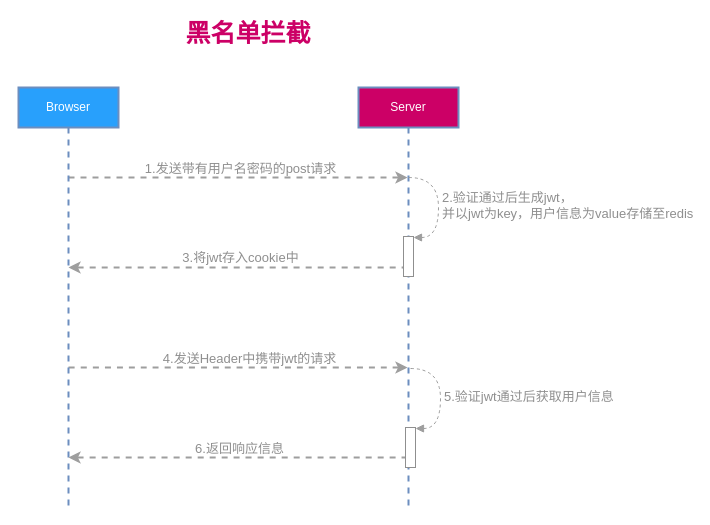
The draw.io diagram 黑名单示意图.drawio in ammengke/my-drawio, before the edit. Source tidied: cells renumbered, new cells numbered last; positions are measured from the earlier drawing's top-left corner, leaving out a move shared by most shapes. Both pictures are drawn from the tidied source at 100%, with x=0, y=0 at pixel (18, 17).
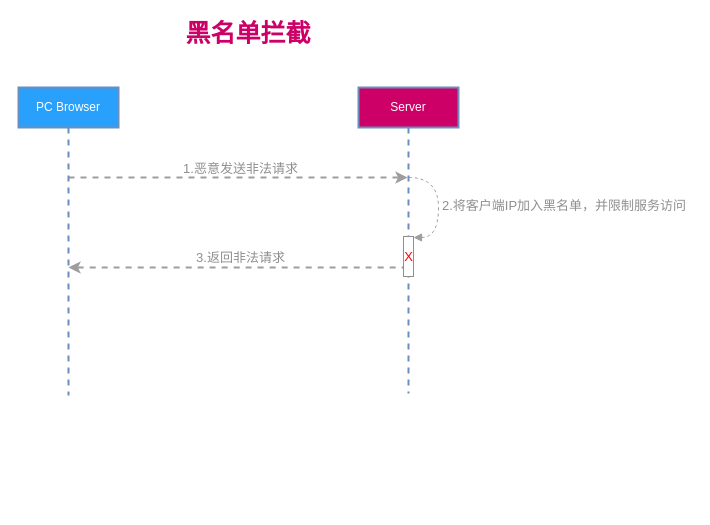
The same page after the edit.

Commit message:
更新黑名单示意图.drawio

Unchanged cells that the change refers to:
```xml
<mxCell id="2" style="edgeStyle=orthogonalEdgeStyle;rounded=0;jettySize=auto;html=1;fontSize=25;fontColor=#CC0066;dashed=1;strokeColor=#9E9E9E;strokeWidth=2;" parent="1" edge="1" source="6" target="11">
  <mxGeometry relative="1" as="geometry">
    <Array as="points">
      <mxPoint x="220" y="160" />
      <mxPoint x="220" y="160" />
    </Array>
  </mxGeometry>
</mxCell>
<mxCell id="7" style="edgeStyle=orthogonalEdgeStyle;curved=1;rounded=0;jettySize=auto;html=1;dashed=1;strokeColor=#9E9E9E;fontSize=13;fontColor=#8F8F8F;strokeWidth=2;" parent="1" edge="1" source="11" target="6">
  <mxGeometry relative="1" as="geometry">
    <Array as="points">
      <mxPoint x="250" y="250" />
      <mxPoint x="250" y="250" />
    </Array>
  </mxGeometry>
</mxCell>
```

What changed in the source:
```diff
@@
-    <mxCell id="3" value="1.发送带有用户名密码的post请求" style="edgeLabel;html=1;align=center;verticalAlign=middle;fontSize=13;fontColor=#8F8F8F;" parent="2" vertex="1">
+    <mxCell id="3" value="1.恶意发送非法请求" style="edgeLabel;html=1;align=center;verticalAlign=middle;fontSize=13;fontColor=#8F8F8F;" parent="2" vertex="1">
       <mxGeometry x="-0.27" relative="1" as="geometry">
         <mxPoint x="47" y="-10" as="offset" />
       </mxGeometry>
     </mxCell>
-    <mxCell id="4" style="edgeStyle=orthogonalEdgeStyle;curved=1;rounded=0;jettySize=auto;html=1;dashed=1;strokeColor=#9E9E9E;fontSize=13;fontColor=#8F8F8F;strokeWidth=2;" parent="1" edge="1" source="6" target="11">
-      <mxGeometry relative="1" as="geometry">
-        <Array as="points">
-          <mxPoint x="230" y="350" />
-          <mxPoint x="230" y="350" />
-        </Array>
-      </mxGeometry>
-    </mxCell>
-    <mxCell id="5" value="4.发送Header中携带jwt的请求" style="edgeLabel;html=1;align=center;verticalAlign=middle;fontSize=13;fontColor=#8F8F8F;" parent="4" vertex="1">
-      <mxGeometry x="0.07" y="3" relative="1" as="geometry">
-        <mxPoint x="-1" y="-7" as="offset" />
-      </mxGeometry>
-    </mxCell>
-    <mxCell id="6" value="Browser" style="shape=umlLifeline;perimeter=lifelinePerimeter;whiteSpace=wrap;html=1;outlineConnect=0;fillColor=#28A0FC;strokeColor=#6c8ebf;fontColor=#FFFFFF;strokeWidth=2;" parent="1" vertex="1">
-      <mxGeometry y="70" width="100" height="420" as="geometry" />
+    <mxCell id="6" value="PC Browser" style="shape=umlLifeline;perimeter=lifelinePerimeter;whiteSpace=wrap;html=1;outlineConnect=0;fillColor=#28A0FC;strokeColor=#6c8ebf;fontColor=#FFFFFF;strokeWidth=2;" parent="1" vertex="1">
+      <mxGeometry y="70" width="100" height="308" as="geometry" />
     </mxCell>
@@
-    <mxCell id="8" value="3.将jwt存入cookie中" style="edgeLabel;html=1;align=center;verticalAlign=middle;fontSize=13;fontColor=#8F8F8F;" parent="7" vertex="1">
+    <mxCell id="8" value="3.返回非法请求" style="edgeLabel;html=1;align=center;verticalAlign=middle;fontSize=13;fontColor=#8F8F8F;" parent="7" vertex="1">
       <mxGeometry x="-0.14" relative="1" as="geometry">
         <mxPoint x="-22" y="-11" as="offset" />
       </mxGeometry>
     </mxCell>
-    <mxCell id="9" style="edgeStyle=orthogonalEdgeStyle;curved=1;rounded=0;jettySize=auto;html=1;dashed=1;strokeColor=#9E9E9E;fontSize=13;fontColor=#8F8F8F;strokeWidth=2;" parent="1" edge="1" source="11" target="6">
-      <mxGeometry relative="1" as="geometry">
-        <Array as="points">
-          <mxPoint x="230" y="440" />
-          <mxPoint x="230" y="440" />
-        </Array>
-      </mxGeometry>
-    </mxCell>
-    <mxCell id="10" value="6.返回响应信息" style="edgeLabel;html=1;align=center;verticalAlign=middle;fontSize=13;fontColor=#8F8F8F;" parent="9" vertex="1">
-      <mxGeometry x="-0.12" relative="1" as="geometry">
-        <mxPoint x="-20" y="-10" as="offset" />
-      </mxGeometry>
-    </mxCell>
     <mxCell id="11" value="Server" style="shape=umlLifeline;perimeter=lifelinePerimeter;whiteSpace=wrap;html=1;outlineConnect=0;fillColor=#CC0066;strokeColor=#6c8ebf;fontColor=#FFFFFF;strokeWidth=2;" parent="1" vertex="1">
-      <mxGeometry x="340" y="70" width="100" height="420" as="geometry" />
+      <mxGeometry x="340" y="70" width="100" height="306" as="geometry" />
     </mxCell>
-    <mxCell id="12" style="html=1;perimeter=orthogonalPerimeter;fontSize=13;fontColor=#8F8F8F;fillColor=#FFFFFF;strokeColor=#8F8F8F;" parent="11" vertex="1">
+    <mxCell id="12" value="X" style="html=1;perimeter=orthogonalPerimeter;fontSize=13;fontColor=#FF0000;fillColor=#FFFFFF;strokeColor=#8F8F8F;" parent="11" vertex="1">
       <mxGeometry x="45" y="149" width="10" height="40" as="geometry" />
     </mxCell>
-    <mxCell id="13" value="2.验证通过后生成jwt，&lt;br&gt;并以jwt为key，用户信息为value存储至redis" style="edgeStyle=orthogonalEdgeStyle;html=1;align=left;spacingLeft=2;endArrow=block;rounded=0;entryX=1;entryY=0;dashed=1;strokeColor=#9E9E9E;fontSize=13;fontColor=#8F8F8F;curved=1;" parent="11" edge="1">
+    <mxCell id="13" value="2.将客户端IP加入黑名单，并限制服务访问" style="edgeStyle=orthogonalEdgeStyle;html=1;align=left;spacingLeft=2;endArrow=block;rounded=0;entryX=1;entryY=0;dashed=1;strokeColor=#9E9E9E;fontSize=13;fontColor=#8F8F8F;curved=1;" parent="11" edge="1">
       <mxGeometry relative="1" as="geometry">
         <mxPoint x="50" y="90" as="sourcePoint" />
         <mxPoint x="55" y="150" as="targetPoint" />
         <Array as="points">
           <mxPoint x="80" y="90" />
           <mxPoint x="80" y="150" />
         </Array>
       </mxGeometry>
     </mxCell>
-    <mxCell id="14" style="html=1;perimeter=orthogonalPerimeter;fontSize=13;fontColor=#8F8F8F;fillColor=#FFFFFF;strokeColor=#8F8F8F;" parent="11" vertex="1">
-      <mxGeometry x="47" y="340" width="10" height="40" as="geometry" />
-    </mxCell>
-    <mxCell id="15" value="5.验证jwt通过后获取用户信息" style="edgeStyle=orthogonalEdgeStyle;html=1;align=left;spacingLeft=2;endArrow=block;rounded=0;entryX=1;entryY=0;dashed=1;strokeColor=#9E9E9E;fontSize=13;fontColor=#8F8F8F;curved=1;" parent="11" edge="1">
-      <mxGeometry relative="1" as="geometry">
-        <mxPoint x="52" y="281" as="sourcePoint" />
-        <mxPoint x="57" y="341" as="targetPoint" />
-        <Array as="points">
-          <mxPoint x="82" y="281" />
-          <mxPoint x="82" y="341" />
-        </Array>
-      </mxGeometry>
-    </mxCell>
```
